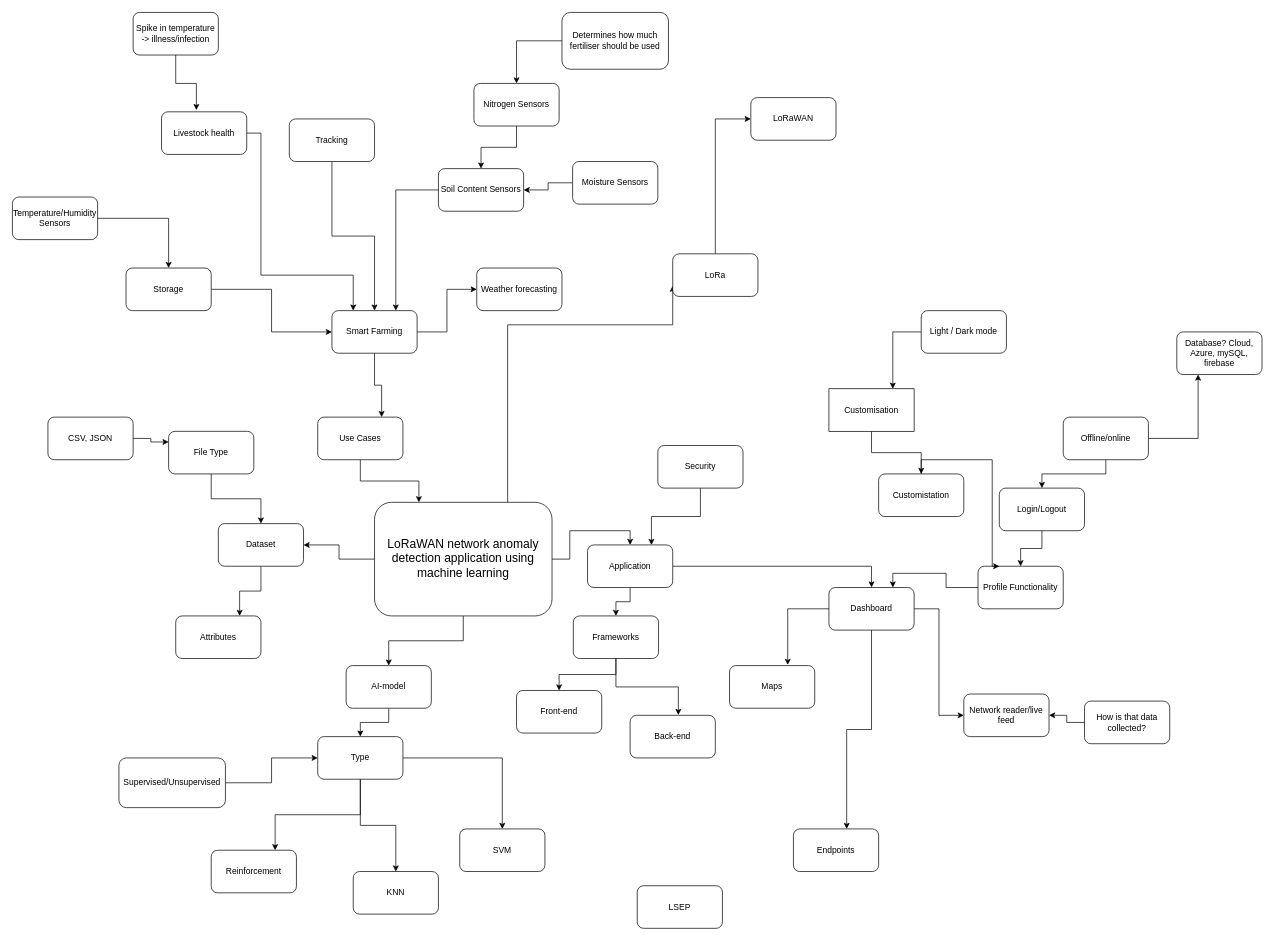
This is docs/mindmap.drawio from hreid1/COMP3000-LoRaWAN, a draw.io file, before an edit. Source tidied: cells renumbered, new cells numbered last; positions are measured from the earlier drawing's top-left corner, leaving out a move shared by most shapes. Both pictures are drawn from the tidied source at 71%, with x=0, y=0 at pixel (12, 12).
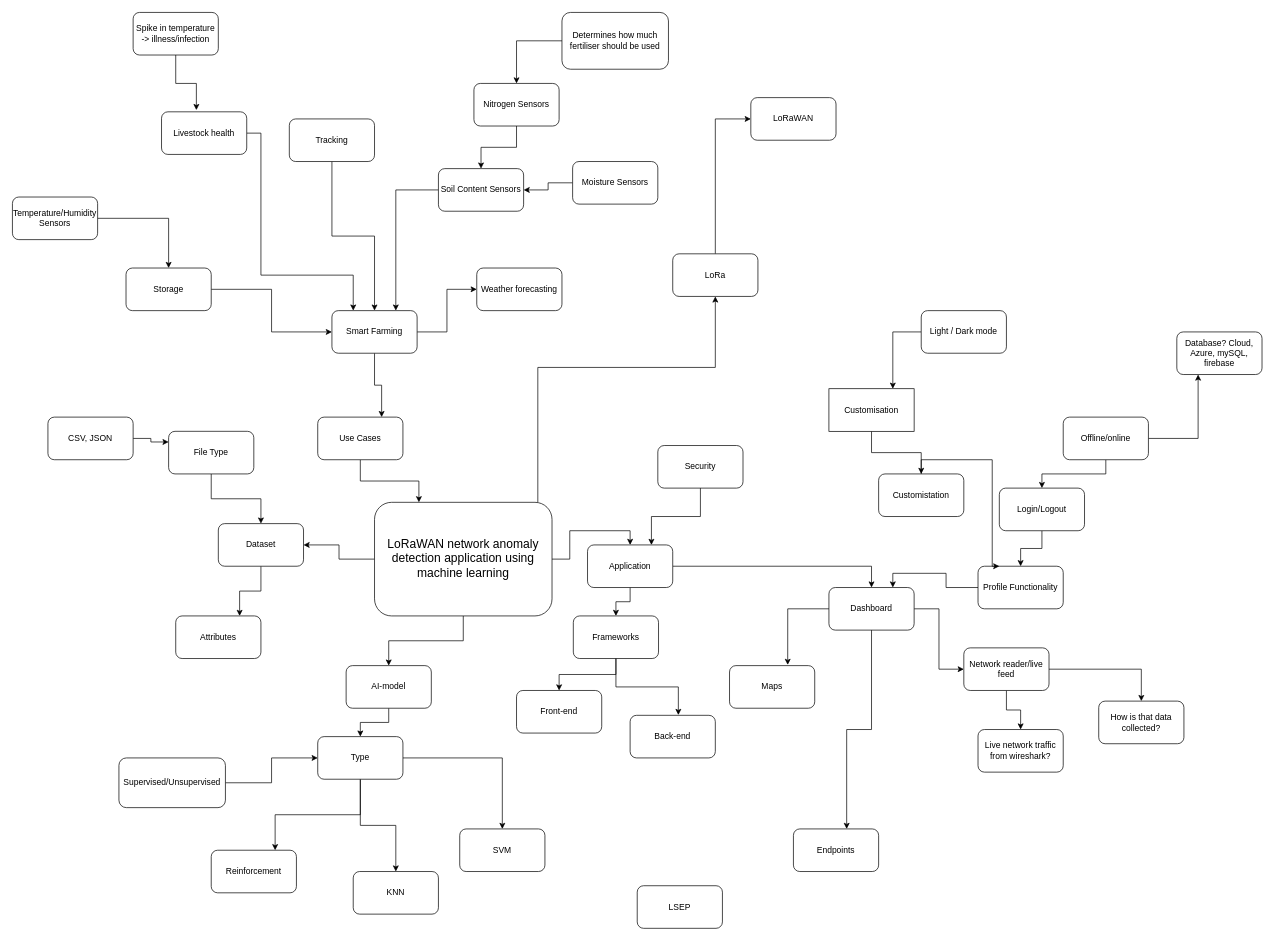
The same page after the edit.

Unchanged cells that the change refers to:
```xml
<mxCell id="6" value="&lt;font style=&quot;font-size: 17px;&quot;&gt;LoRaWAN network anomaly detection application using machine learning&lt;/font&gt;" style="rounded=1;whiteSpace=wrap;html=1;" parent="1" vertex="1">
  <mxGeometry x="510" y="690" width="250" height="160" as="geometry" />
</mxCell>
<mxCell id="8" value="LoRa" style="rounded=1;whiteSpace=wrap;html=1;" parent="1" vertex="1">
  <mxGeometry x="930" y="340" width="120" height="60" as="geometry" />
</mxCell>
```

Diff of the diagram source:
```diff
@@
-    <mxCell id="2" style="edgeStyle=orthogonalEdgeStyle;rounded=0;jettySize=auto;html=1;entryX=0;entryY=0.75;entryDx=0;entryDy=0;exitX=0.75;exitY=0;exitDx=0;exitDy=0;" parent="1" edge="1" source="6" target="8">
-      <mxGeometry relative="1" as="geometry">
-        <Array as="points">
-          <mxPoint x="697" y="440" />
-          <mxPoint x="930" y="440" />
-        </Array>
-      </mxGeometry>
-    </mxCell>
@@
+    <mxCell id="2" style="edgeStyle=orthogonalEdgeStyle;rounded=0;jettySize=auto;html=1;entryX=0.5;entryY=1;entryDx=0;entryDy=0;" parent="1" edge="1" source="6" target="8">
+      <mxGeometry relative="1" as="geometry">
+        <Array as="points">
+          <mxPoint x="740" y="500" />
+          <mxPoint x="990" y="500" />
+        </Array>
+      </mxGeometry>
+    </mxCell>
@@
+    <mxCell id="86" style="edgeStyle=orthogonalEdgeStyle;rounded=0;jettySize=auto;html=1;entryX=0.5;entryY=0;entryDx=0;entryDy=0;" parent="1" edge="1" source="26" target="39">
+      <mxGeometry relative="1" as="geometry" />
+    </mxCell>
+    <mxCell id="87" style="edgeStyle=orthogonalEdgeStyle;rounded=0;jettySize=auto;html=1;entryX=0.5;entryY=0;entryDx=0;entryDy=0;" parent="1" edge="1" source="26" target="88">
+      <mxGeometry relative="1" as="geometry" />
+    </mxCell>
     <mxCell id="26" value="Network reader/live feed" style="rounded=1;whiteSpace=wrap;html=1;" parent="1" vertex="1">
-      <mxGeometry x="1340" y="960" width="120" height="60" as="geometry" />
+      <mxGeometry x="1340" y="895" width="120" height="60" as="geometry" />
     </mxCell>
@@
-    <mxCell id="38" style="edgeStyle=orthogonalEdgeStyle;rounded=0;jettySize=auto;html=1;entryX=1;entryY=0.5;entryDx=0;entryDy=0;" parent="1" edge="1" source="39" target="26">
-      <mxGeometry relative="1" as="geometry" />
-    </mxCell>
     <mxCell id="39" value="How is that data collected?" style="rounded=1;whiteSpace=wrap;html=1;" parent="1" vertex="1">
-      <mxGeometry x="1510" y="970" width="120" height="60" as="geometry" />
+      <mxGeometry x="1530" y="970" width="120" height="60" as="geometry" />
     </mxCell>
@@
+    <mxCell id="88" value="Live network traffic from wireshark?" style="rounded=1;whiteSpace=wrap;html=1;" parent="1" vertex="1">
+      <mxGeometry x="1360" y="1010" width="120" height="60" as="geometry" />
+    </mxCell>
```
